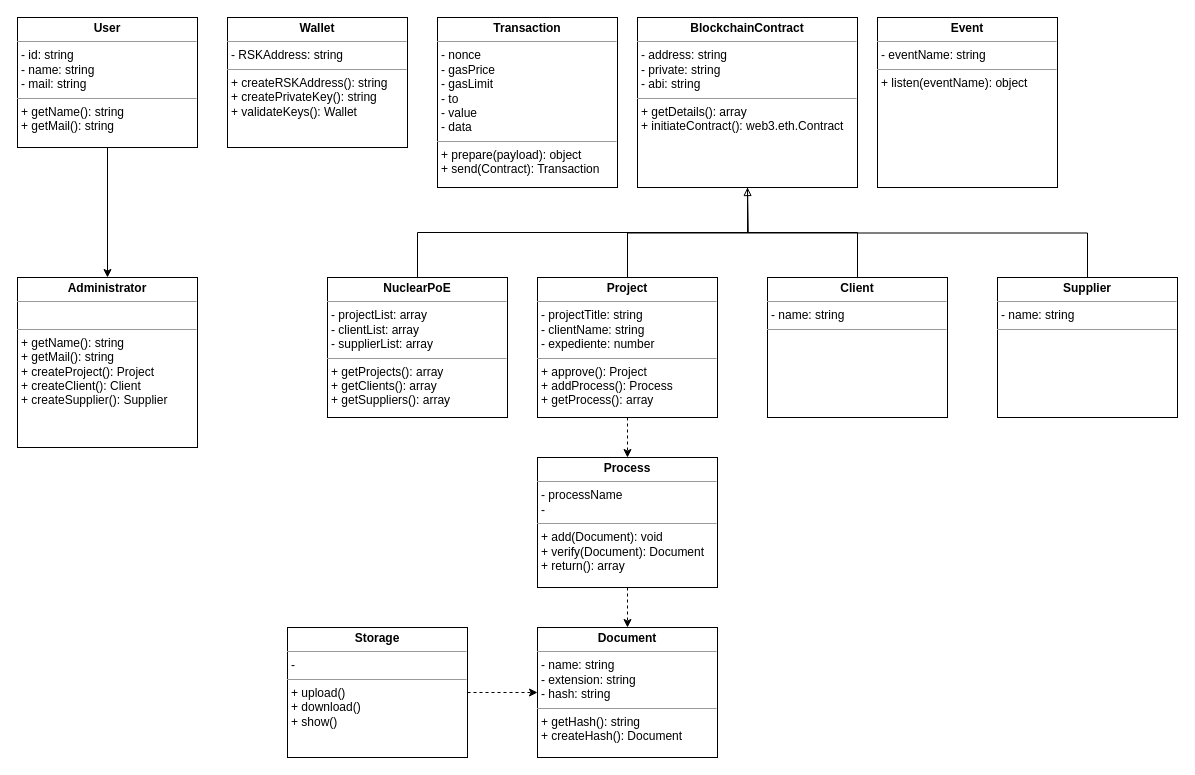
The draw.io diagram page "Class Diagram" (1 of 3) of diagrams/UML Class Diagram.drawio in nuclearis-labs/nuclearistrack, before the edit. Source tidied: cells renumbered, new cells numbered last; positions are measured from the earlier drawing's top-left corner, leaving out a move shared by most shapes. Both pictures are drawn from the tidied source at 100%, with x=0, y=0 at pixel (17, 17).
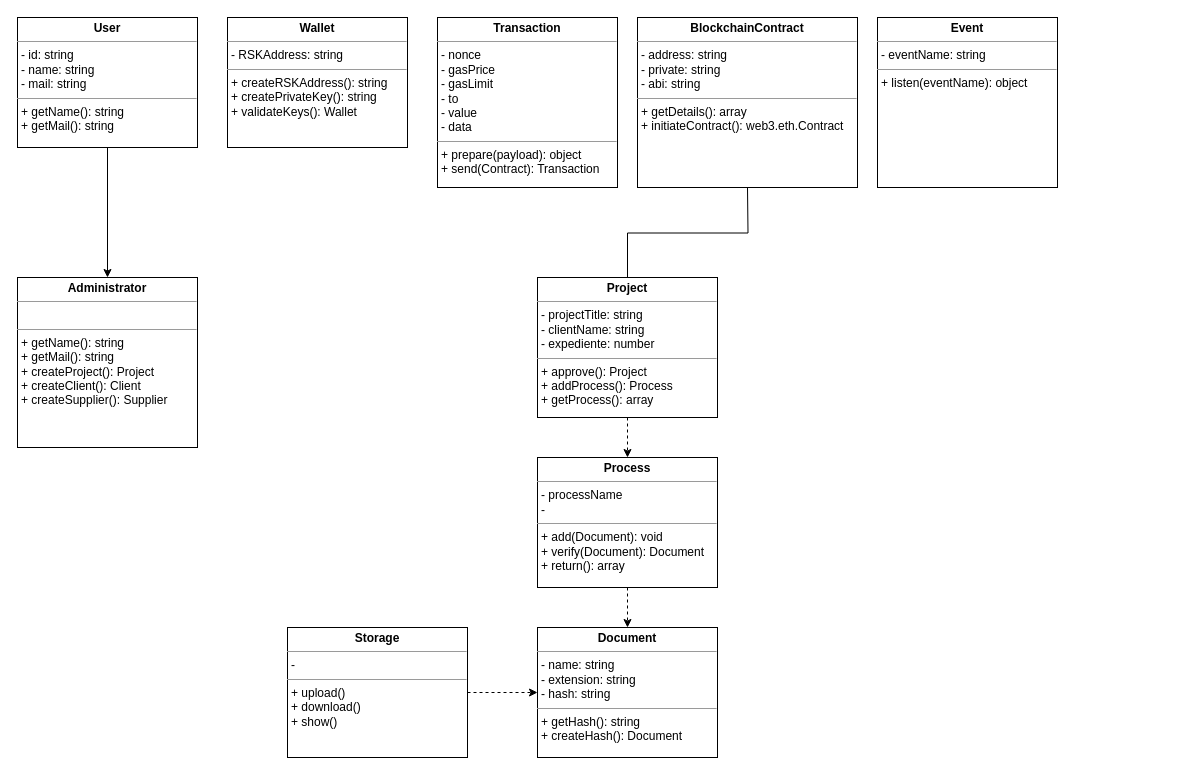
The same diagram, later.

Commit message (it also covers changes not shown here):
Improvments to class responsability

Unchanged cells that the change refers to:
```xml
<mxCell id="4" value="&lt;p style=&quot;margin: 0px ; margin-top: 4px ; text-align: center&quot;&gt;&lt;b&gt;BlockchainContract&lt;/b&gt;&lt;/p&gt;&lt;hr size=&quot;1&quot;&gt;&lt;p style=&quot;margin: 0px ; margin-left: 4px&quot;&gt;- address: string&lt;/p&gt;&lt;p style=&quot;margin: 0px ; margin-left: 4px&quot;&gt;- private: string&lt;/p&gt;&lt;p style=&quot;margin: 0px ; margin-left: 4px&quot;&gt;- abi: string&lt;/p&gt;&lt;hr size=&quot;1&quot;&gt;&lt;p style=&quot;margin: 0px ; margin-left: 4px&quot;&gt;+ getDetails(): array&lt;/p&gt;&lt;p style=&quot;margin: 0px 0px 0px 4px&quot;&gt;+ initiateContract(): web3.eth.Contract&lt;/p&gt;" style="verticalAlign=top;align=left;overflow=fill;fontSize=12;fontFamily=Helvetica;html=1;" parent="1" vertex="1">
  <mxGeometry x="620" width="220" height="170" as="geometry" />
</mxCell>
```

The edit, as a diff of the source:
```diff
@@
-    <mxCell id="2" style="edgeStyle=orthogonalEdgeStyle;rounded=0;jettySize=auto;html=1;exitX=0.5;exitY=0;exitDx=0;exitDy=0;entryX=0.5;entryY=1;entryDx=0;entryDy=0;endArrow=none;endFill=0;" parent="1" edge="1" source="3" target="4">
-      <mxGeometry relative="1" as="geometry" />
-    </mxCell>
-    <mxCell id="3" value="&lt;p style=&quot;margin: 0px ; margin-top: 4px ; text-align: center&quot;&gt;&lt;b&gt;NuclearPoE&lt;/b&gt;&lt;/p&gt;&lt;hr size=&quot;1&quot;&gt;&lt;p style=&quot;margin: 0px ; margin-left: 4px&quot;&gt;- projectList: array&lt;/p&gt;&lt;p style=&quot;margin: 0px ; margin-left: 4px&quot;&gt;- clientList: array&lt;/p&gt;&lt;p style=&quot;margin: 0px ; margin-left: 4px&quot;&gt;&lt;span&gt;- supplierList: array&lt;/span&gt;&lt;/p&gt;&lt;hr size=&quot;1&quot;&gt;&lt;p style=&quot;margin: 0px ; margin-left: 4px&quot;&gt;+ getProjects(): array&lt;/p&gt;&lt;p style=&quot;margin: 0px ; margin-left: 4px&quot;&gt;+ getClients(): array&lt;/p&gt;&lt;p style=&quot;margin: 0px ; margin-left: 4px&quot;&gt;+ getSuppliers(): array&lt;/p&gt;" style="verticalAlign=top;align=left;overflow=fill;fontSize=12;fontFamily=Helvetica;html=1;" parent="1" vertex="1">
-      <mxGeometry x="310" y="260" width="180" height="140" as="geometry" />
-    </mxCell>
@@
-    <mxCell id="9" style="edgeStyle=orthogonalEdgeStyle;rounded=0;jettySize=auto;html=1;exitX=0.5;exitY=0;exitDx=0;exitDy=0;entryX=0.5;entryY=1;entryDx=0;entryDy=0;endArrow=none;endFill=0;" parent="1" edge="1" source="10" target="4">
-      <mxGeometry relative="1" as="geometry" />
-    </mxCell>
-    <mxCell id="10" value="&lt;p style=&quot;margin: 0px ; margin-top: 4px ; text-align: center&quot;&gt;&lt;b&gt;Client&lt;/b&gt;&lt;/p&gt;&lt;hr size=&quot;1&quot;&gt;&lt;p style=&quot;margin: 0px ; margin-left: 4px&quot;&gt;- name: string&lt;/p&gt;&lt;hr size=&quot;1&quot;&gt;&lt;p style=&quot;margin: 0px ; margin-left: 4px&quot;&gt;&lt;br&gt;&lt;/p&gt;" style="verticalAlign=top;align=left;overflow=fill;fontSize=12;fontFamily=Helvetica;html=1;" parent="1" vertex="1">
-      <mxGeometry x="750" y="260" width="180" height="140" as="geometry" />
-    </mxCell>
-    <mxCell id="11" style="edgeStyle=orthogonalEdgeStyle;rounded=0;jettySize=auto;html=1;exitX=0.5;exitY=0;exitDx=0;exitDy=0;endArrow=block;endFill=0;" parent="1" edge="1" source="12">
-      <mxGeometry relative="1" as="geometry">
-        <mxPoint x="730" y="170" as="targetPoint" />
-      </mxGeometry>
-    </mxCell>
-    <mxCell id="12" value="&lt;p style=&quot;margin: 0px ; margin-top: 4px ; text-align: center&quot;&gt;&lt;b&gt;Supplier&lt;/b&gt;&lt;/p&gt;&lt;hr size=&quot;1&quot;&gt;&lt;p style=&quot;margin: 0px ; margin-left: 4px&quot;&gt;- name: string&lt;/p&gt;&lt;hr size=&quot;1&quot;&gt;&lt;p style=&quot;margin: 0px ; margin-left: 4px&quot;&gt;&lt;br&gt;&lt;/p&gt;" style="verticalAlign=top;align=left;overflow=fill;fontSize=12;fontFamily=Helvetica;html=1;" parent="1" vertex="1">
-      <mxGeometry x="980" y="260" width="180" height="140" as="geometry" />
-    </mxCell>
```
